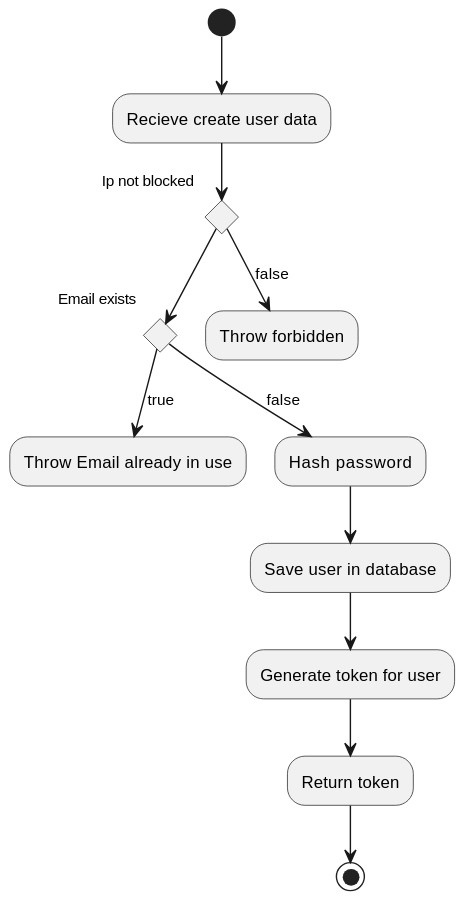
This is Docs/out/FlowCharts/CreateUserFlowChart/Create User Flowchart.svg from blackout1471/trust-us-school, a PlantUML export, as it was before one commit.
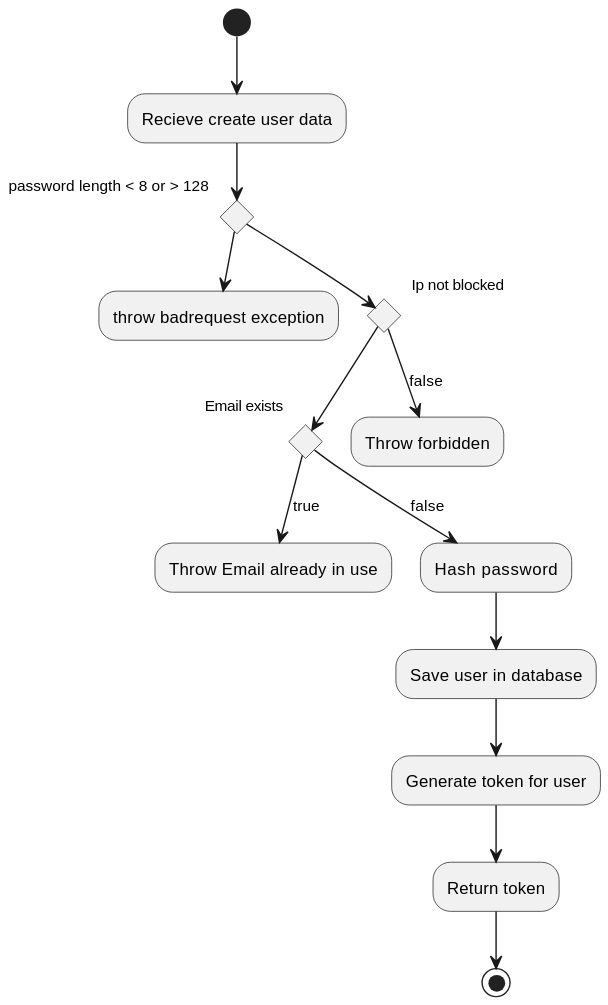
Later version of the same file.

Commit message:
Password validation (#11)

Diff of the diagram source:
```diff
@@ -1,6 +1,9 @@
 @startuml Create User Flowchart
 
 (*) --> "Recieve create user data"
+if "password length < 8 or > 128" then
+  -->throw badrequest exception
+else
 if "Ip not blocked " then
   if "Email exists" then
     -->[true] "Throw Email already in use"
```
